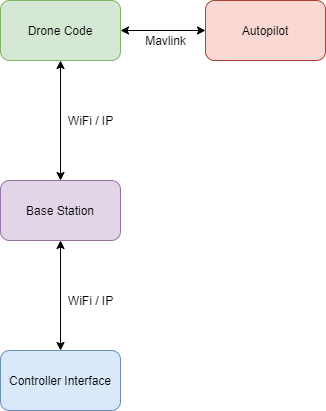
The draw.io diagram wiki_assets/Architecture-High Level.png in mcelhennyi/NXP-HoverGames-2, before a commit. Source tidied: cells renumbered, new cells last; positions are measured from the earlier drawing's top-left corner, leaving out a move shared by most shapes.
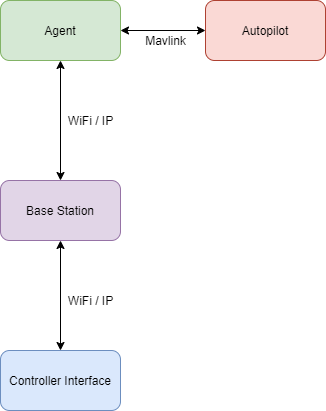
After the change.

The edit, as a diff of the source:
```diff
@@ -8,7 +8,7 @@
     <mxCell id="3" style="edgeStyle=orthogonalEdgeStyle;rounded=0;jettySize=auto;html=1;exitX=1;exitY=0.5;exitDx=0;exitDy=0;entryX=0;entryY=0.5;entryDx=0;entryDy=0;startArrow=classic;startFill=1;" parent="1" edge="1" source="4" target="10">
       <mxGeometry relative="1" as="geometry" />
     </mxCell>
-    <mxCell id="4" value="Drone Code" style="rounded=1;whiteSpace=wrap;html=1;fillColor=#d5e8d4;strokeColor=#82b366;" parent="1" vertex="1">
+    <mxCell id="4" value="Agent" style="rounded=1;whiteSpace=wrap;html=1;fillColor=#d5e8d4;strokeColor=#82b366;" parent="1" vertex="1">
       <mxGeometry width="120" height="60" as="geometry" />
     </mxCell>
     <mxCell id="5" value="Base Station" style="rounded=1;whiteSpace=wrap;html=1;fillColor=#e1d5e7;strokeColor=#9673a6;" parent="1" vertex="1">
```
